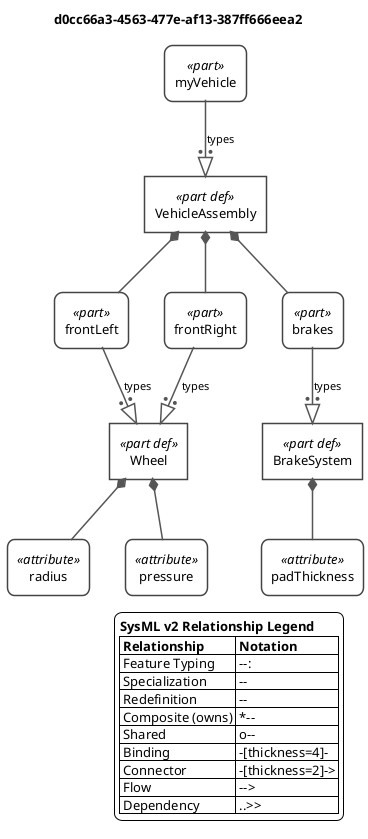
Above: plantuml-examples/01-usage-vs-definition.png in mycr0ft/sysmlpy (PlantUML), before the change.
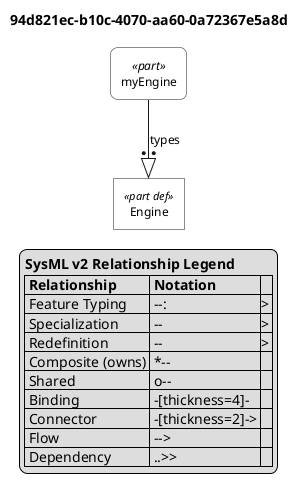
The same file after the commit.

Diff of the diagram source:
```diff
@@ -1,104 +1,110 @@
 @startuml
 
-<style>
-root {
-    BackGroundColor white
-    FontName Helvetica
-    FontSize 13
-}
-rectangle {
-    LineColor #444444
-    LineThickness 1.5
-    BackgroundColor white
-    Padding 10
-}
-arrow {
-    LineColor #555555
-    LineThickness 1.5
-    FontSize 11
-}
-</style>
-
-skinparam wrapWidth 400
+skinparam monochrome true
+skinparam wrapWidth 300
+skinparam defaultFontSize 12
+skinparam defaultFontName Helvetica
 
 skinparam rectangle<<part def>> {
     RoundCorner 0
+    BackgroundColor white
+    StereotypeFontSize 11
 }
 skinparam rectangle<<item def>> {
     RoundCorner 0
+    BackgroundColor white
 }
 skinparam rectangle<<attribute def>> {
     RoundCorner 0
+    BackgroundColor white
 }
 skinparam rectangle<<port def>> {
     RoundCorner 0
+    BackgroundColor white
 }
 skinparam rectangle<<action def>> {
     RoundCorner 0
+    BackgroundColor white
 }
 skinparam rectangle<<state def>> {
     RoundCorner 0
+    BackgroundColor white
 }
 skinparam rectangle<<requirement def>> {
     RoundCorner 0
+    BackgroundColor white
 }
+skinparam rectangle<<view def>> {
+    RoundCorner 0
+    BackgroundColor white
+}
+skinparam rectangle<<viewpoint def>> {
+    RoundCorner 0
+    BackgroundColor white
+}
+skinparam rectangle<<enumeration def>> {
+    RoundCorner 0
+    BackgroundColor white
+}
+
 skinparam rectangle<<part>> {
     RoundCorner 15
+    BackgroundColor white
 }
 skinparam rectangle<<item>> {
     RoundCorner 15
+    BackgroundColor white
 }
 skinparam rectangle<<attribute>> {
     RoundCorner 15
+    BackgroundColor white
 }
 skinparam rectangle<<port>> {
     RoundCorner 15
+    BackgroundColor white
 }
 skinparam rectangle<<action>> {
     RoundCorner 15
+    BackgroundColor white
 }
 skinparam rectangle<<state>> {
     RoundCorner 15
+    BackgroundColor white
 }
 skinparam rectangle<<requirement>> {
     RoundCorner 15
+    BackgroundColor white
 }
+skinparam rectangle<<view>> {
+    RoundCorner 15
+    BackgroundColor white
+}
+skinparam rectangle<<viewpoint>> {
+    RoundCorner 15
+    BackgroundColor white
+}
+skinparam rectangle<<enumeration>> {
+    RoundCorner 15
+    BackgroundColor white
+}
+
 skinparam folder<<view def>> {
-    BackgroundColor #F5E6FF
-    BorderColor #8E44AD
+    BackgroundColor white
 }
 skinparam folder<<view>> {
-    BackgroundColor #F5E6FF
-    BorderColor #8E44AD
+    BackgroundColor white
 }
 
 top to bottom direction
 
-title d0cc66a3-4563-477e-af13-387ff666eea2
+title 94d821ec-b10c-4070-aa60-0a72367e5a8d
 
 hide circle
 
-rectangle "Wheel" as E1 <<(P,#32CD32) part def>>
-rectangle "radius" as E2 <<(A,#32CD32) attribute>>
-rectangle "pressure" as E3 <<(A,#32CD32) attribute>>
-rectangle "BrakeSystem" as E4 <<(P,#32CD32) part def>>
-rectangle "padThickness" as E5 <<(A,#32CD32) attribute>>
-rectangle "VehicleAssembly" as E6 <<(P,#32CD32) part def>>
-rectangle "frontLeft" as E7 <<(P,#32CD32) part>>
-rectangle "frontRight" as E8 <<(P,#32CD32) part>>
-rectangle "brakes" as E9 <<(P,#32CD32) part>>
-rectangle "myVehicle" as E10 <<(P,#32CD32) part>>
+rectangle "Engine" as E1 <<part def>>
+rectangle "myEngine" as E2 <<part>>
 
-E1 *-- E2
-E1 *-- E3
-E4 *-- E5
-E6 *-- E7
-E7 --:|> E1 : types
-E6 *-- E8
-E8 --:|> E1 : types
-E6 *-- E9
-E9 --:|> E4 : types
-E10 --:|> E6 : types
+E2 --:|> E1 : types
 
 legend right
   <b>SysML v2 Relationship Legend</b>
```
